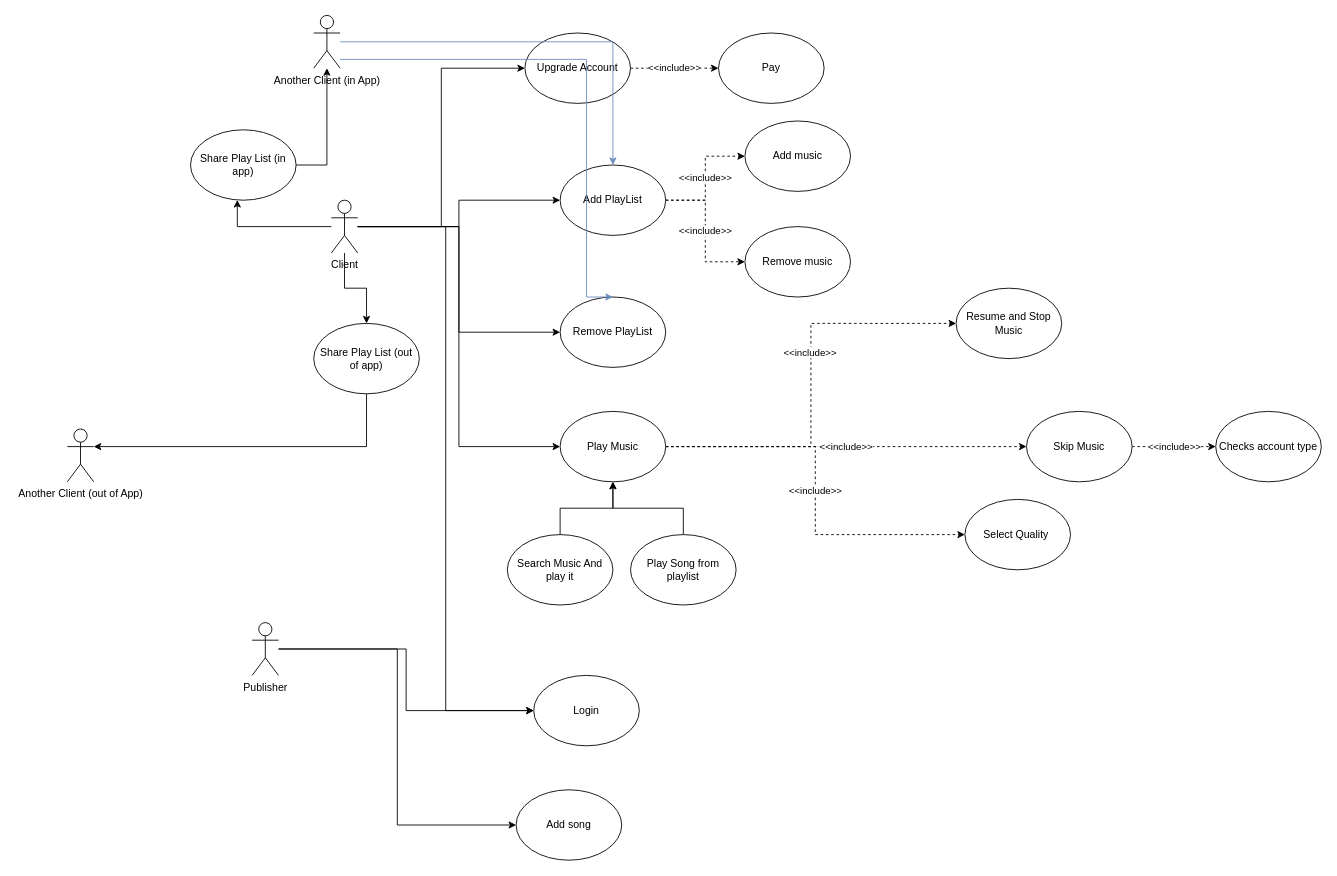
Above: use_case.drawio in SmsS4/RhythmBox (draw.io), before the change. Source tidied: cells renumbered, new cells numbered last; positions are measured from the earlier drawing's top-left corner, leaving out a move shared by most shapes. Both pictures are drawn from the tidied source at 88%, with x=0, y=0 at pixel (67, 15).
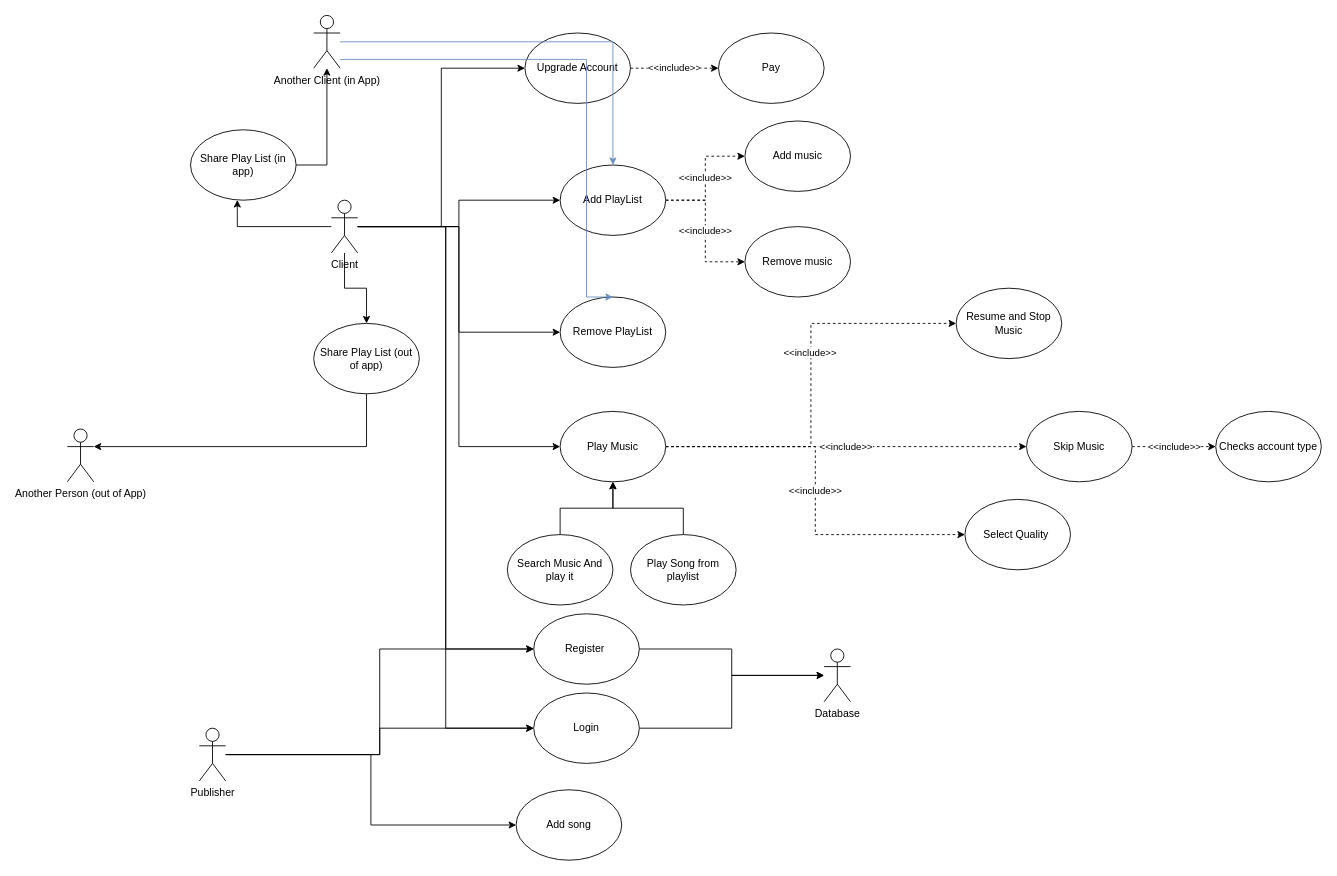
The same diagram, later.

Unchanged cells that the change refers to:
```xml
<mxCell id="9" value="Client" style="shape=umlActor;verticalLabelPosition=bottom;verticalAlign=top;html=1;outlineConnect=0;" parent="1" vertex="1">
  <mxGeometry x="300" y="210" width="30" height="60" as="geometry" />
</mxCell>
```

The edit, as a diff of the source:
```diff
@@
+    <mxCell id="46" style="edgeStyle=orthogonalEdgeStyle;rounded=0;jettySize=auto;html=1;entryX=0;entryY=0.5;entryDx=0;entryDy=0;" parent="1" edge="1" source="9" target="50">
+      <mxGeometry relative="1" as="geometry" />
+    </mxCell>
@@
+    <mxCell id="47" style="edgeStyle=orthogonalEdgeStyle;rounded=0;jettySize=auto;html=1;entryX=0;entryY=0.5;entryDx=0;entryDy=0;" parent="1" edge="1" source="12" target="50">
+      <mxGeometry relative="1" as="geometry" />
+    </mxCell>
     <mxCell id="12" value="Publisher" style="shape=umlActor;verticalLabelPosition=bottom;verticalAlign=top;html=1;outlineConnect=0;" parent="1" vertex="1">
-      <mxGeometry x="210" y="690" width="30" height="60" as="geometry" />
+      <mxGeometry x="150" y="810" width="30" height="60" as="geometry" />
     </mxCell>
+    <mxCell id="48" style="edgeStyle=orthogonalEdgeStyle;rounded=0;jettySize=auto;html=1;" parent="1" edge="1" source="13" target="51">
+      <mxGeometry relative="1" as="geometry" />
+    </mxCell>
     <mxCell id="13" value="Login" style="ellipse;whiteSpace=wrap;html=1;" parent="1" vertex="1">
-      <mxGeometry x="530" y="750" width="120" height="80" as="geometry" />
+      <mxGeometry x="530" y="770" width="120" height="80" as="geometry" />
     </mxCell>
@@
-    <mxCell id="39" value="Another Client (out of App)" style="shape=umlActor;verticalLabelPosition=bottom;verticalAlign=top;html=1;outlineConnect=0;" parent="1" vertex="1">
+    <mxCell id="39" value="Another Person (out of App)" style="shape=umlActor;verticalLabelPosition=bottom;verticalAlign=top;html=1;outlineConnect=0;" parent="1" vertex="1">
       <mxGeometry y="470" width="30" height="60" as="geometry" />
     </mxCell>
@@
+    <mxCell id="49" style="edgeStyle=orthogonalEdgeStyle;rounded=0;jettySize=auto;html=1;" parent="1" edge="1" source="50" target="51">
+      <mxGeometry relative="1" as="geometry" />
+    </mxCell>
+    <mxCell id="50" value="Register&amp;nbsp;" style="ellipse;whiteSpace=wrap;html=1;" parent="1" vertex="1">
+      <mxGeometry x="530" y="680" width="120" height="80" as="geometry" />
+    </mxCell>
+    <mxCell id="51" value="Database" style="shape=umlActor;verticalLabelPosition=bottom;verticalAlign=top;html=1;outlineConnect=0;" parent="1" vertex="1">
+      <mxGeometry x="860" y="720" width="30" height="60" as="geometry" />
+    </mxCell>
```
